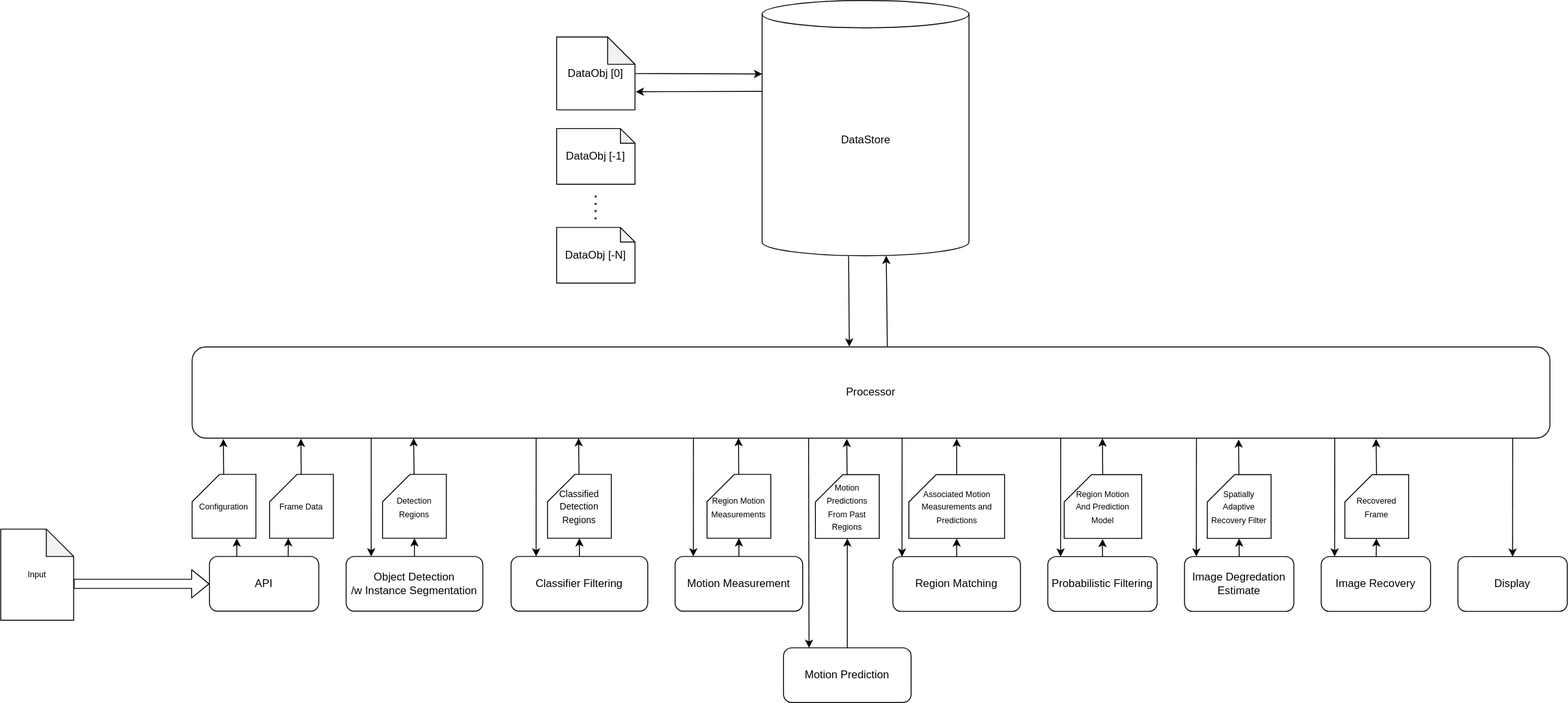
The draw.io diagram docs/dataflow.drawio.svg in emlyons/mcf, before a commit. Source tidied: cells renumbered, new cells last; positions are measured from the earlier drawing's top-left corner, leaving out a move shared by most shapes.
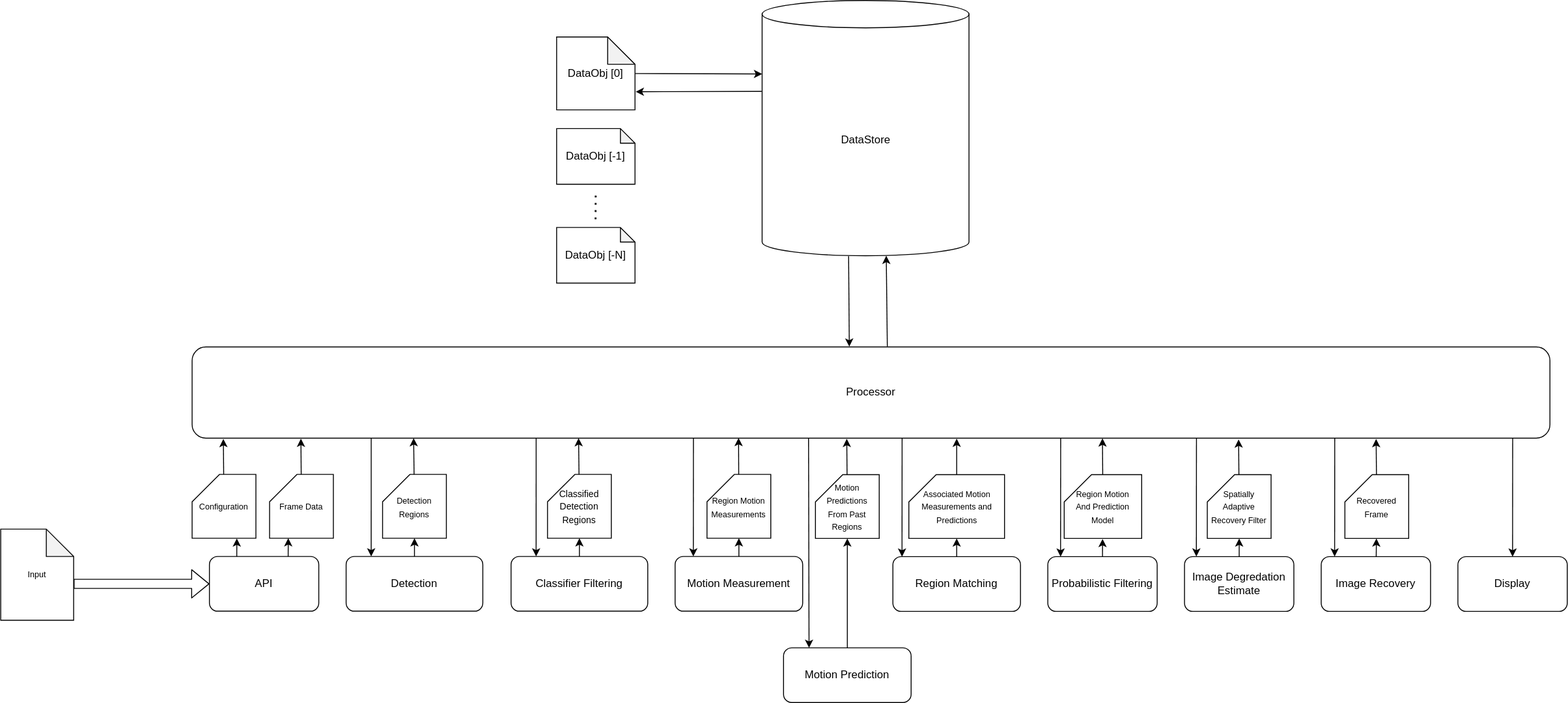
Above is the later version.

Commit message:
changed instane segmentation name to detect in project files, more general

The edit, as a diff of the source:
```diff
@@ -5,7 +5,7 @@
     <mxCell id="2" style="edgeStyle=none;html=1;entryX=0.5;entryY=1;entryDx=0;entryDy=0;entryPerimeter=0;" parent="1" edge="1" source="3" target="7">
       <mxGeometry relative="1" as="geometry" />
     </mxCell>
-    <mxCell id="3" value="Object Detection&lt;br&gt;/w Instance Segmentation" style="rounded=1;whiteSpace=wrap;html=1;" parent="1" vertex="1">
+    <mxCell id="3" value="Detection" style="rounded=1;whiteSpace=wrap;html=1;" parent="1" vertex="1">
       <mxGeometry x="379" y="609.8" width="150" height="60" as="geometry" />
     </mxCell>
     <mxCell id="4" style="edgeStyle=none;html=1;entryX=0.5;entryY=1;entryDx=0;entryDy=0;entryPerimeter=0;" parent="1" edge="1" source="5" target="9">
```
